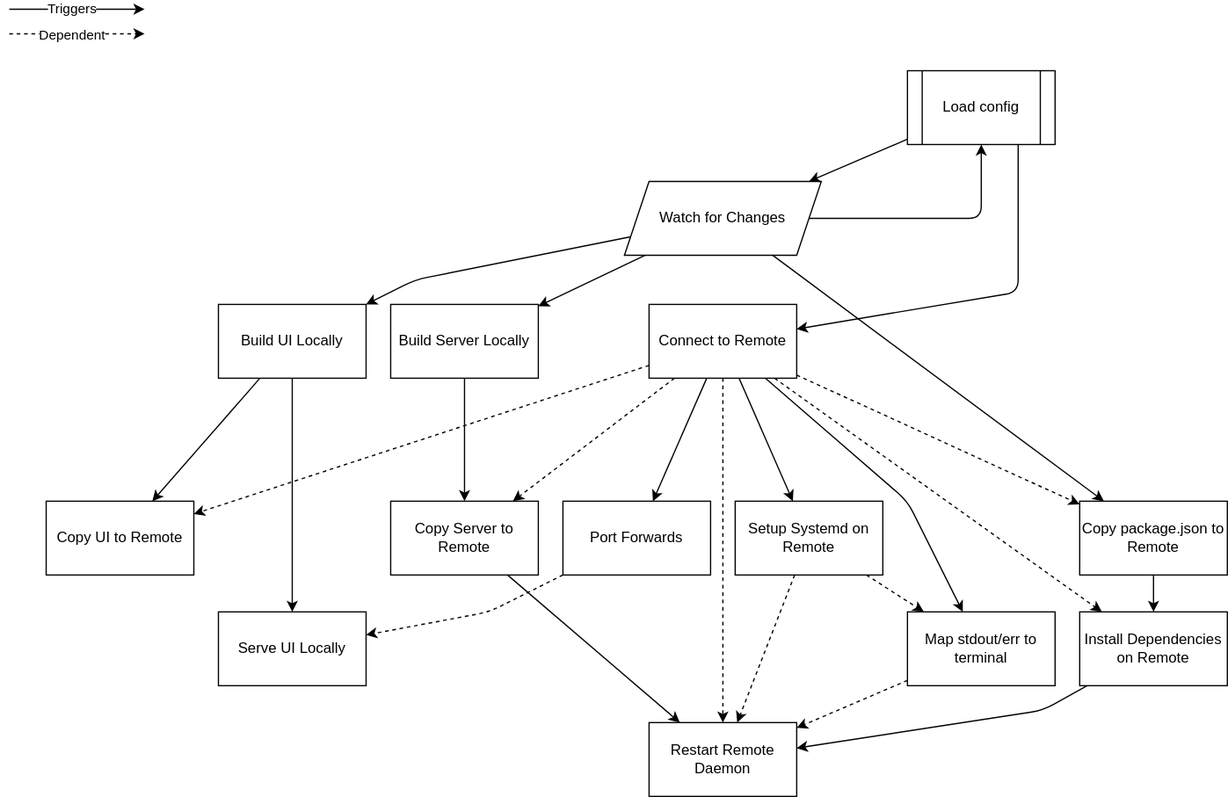
This is docs/diagram.drawio.svg from cinderblock/rdt, a draw.io export, as it was before one commit. Source tidied: cells renumbered, new cells last; positions are measured from the earlier drawing's top-left corner, leaving out a move shared by most shapes. The source it was exported from:
```xml
<mxGraphModel>
  <root>
    <mxCell id="0" />
    <mxCell id="1" parent="0" />
    <mxCell id="2" style="edgeStyle=none;html=1;exitX=0.75;exitY=1;exitDx=0;exitDy=0;" parent="1" edge="1" source="3" target="10">
      <mxGeometry relative="1" as="geometry">
        <Array as="points">
          <mxPoint x="820" y="230" />
        </Array>
      </mxGeometry>
    </mxCell>
    <mxCell id="3" value="Load config" style="shape=process;whiteSpace=wrap;html=1;backgroundOutline=1;fontFamily=Helvetica;fontSize=12;fontColor=default;align=center;strokeColor=default;fillColor=default;" parent="1" vertex="1">
      <mxGeometry x="730" y="50" width="120" height="60" as="geometry" />
    </mxCell>
    <mxCell id="4" style="edgeStyle=none;html=1;" parent="1" edge="1" source="5" target="11">
      <mxGeometry relative="1" as="geometry" />
    </mxCell>
    <mxCell id="5" value="Build Server Locally" style="whiteSpace=wrap;html=1;" parent="1" vertex="1">
      <mxGeometry x="310" y="240" width="120" height="60" as="geometry" />
    </mxCell>
    <mxCell id="6" style="edgeStyle=none;html=1;dashed=1;" parent="1" edge="1" source="10" target="11">
      <mxGeometry relative="1" as="geometry" />
    </mxCell>
    <mxCell id="7" style="edgeStyle=none;html=1;" parent="1" edge="1" source="10" target="12">
      <mxGeometry relative="1" as="geometry" />
    </mxCell>
    <mxCell id="8" style="edgeStyle=none;html=1;" parent="1" edge="1" source="10" target="13">
      <mxGeometry relative="1" as="geometry">
        <Array as="points">
          <mxPoint x="730" y="400" />
        </Array>
      </mxGeometry>
    </mxCell>
    <mxCell id="9" style="edgeStyle=none;html=1;dashed=1;" parent="1" edge="1" source="10" target="16">
      <mxGeometry relative="1" as="geometry" />
    </mxCell>
    <mxCell id="10" value="Connect to Remote" style="whiteSpace=wrap;html=1;" parent="1" vertex="1">
      <mxGeometry x="520" y="240" width="120" height="60" as="geometry" />
    </mxCell>
    <mxCell id="11" value="Copy Server to Remote" style="whiteSpace=wrap;html=1;" parent="1" vertex="1">
      <mxGeometry x="310" y="400" width="120" height="60" as="geometry" />
    </mxCell>
    <mxCell id="12" value="Port Forwards" style="whiteSpace=wrap;html=1;" parent="1" vertex="1">
      <mxGeometry x="450" y="400" width="120" height="60" as="geometry" />
    </mxCell>
    <mxCell id="13" value="Map stdout/err to terminal" style="whiteSpace=wrap;html=1;" parent="1" vertex="1">
      <mxGeometry x="730" y="490" width="120" height="60" as="geometry" />
    </mxCell>
    <mxCell id="14" style="edgeStyle=none;html=1;" parent="1" edge="1" source="16" target="17">
      <mxGeometry relative="1" as="geometry">
        <Array as="points">
          <mxPoint x="840" y="570" />
        </Array>
      </mxGeometry>
    </mxCell>
    <mxCell id="15" style="edgeStyle=none;html=1;" parent="1" edge="1" source="25" target="16">
      <mxGeometry relative="1" as="geometry" />
    </mxCell>
    <mxCell id="16" value="Install Dependencies on Remote" style="whiteSpace=wrap;html=1;" parent="1" vertex="1">
      <mxGeometry x="870" y="490" width="120" height="60" as="geometry" />
    </mxCell>
    <mxCell id="17" value="Restart Remote Daemon" style="whiteSpace=wrap;html=1;" parent="1" vertex="1">
      <mxGeometry x="520" y="580" width="120" height="60" as="geometry" />
    </mxCell>
    <mxCell id="18" style="edgeStyle=none;html=1;" parent="1" edge="1" source="11" target="17">
      <mxGeometry relative="1" as="geometry" />
    </mxCell>
    <mxCell id="19" style="edgeStyle=none;html=1;dashed=1;" parent="1" edge="1" source="24" target="17">
      <mxGeometry relative="1" as="geometry" />
    </mxCell>
    <mxCell id="20" value="Watch for Changes" style="shape=parallelogram;perimeter=parallelogramPerimeter;whiteSpace=wrap;html=1;fixedSize=1;fontFamily=Helvetica;fontSize=12;fontColor=default;align=center;strokeColor=default;fillColor=default;" parent="1" vertex="1">
      <mxGeometry x="500" y="140" width="160" height="60" as="geometry" />
    </mxCell>
    <mxCell id="21" style="edgeStyle=none;html=1;" parent="1" edge="1" source="3" target="20">
      <mxGeometry relative="1" as="geometry" />
    </mxCell>
    <mxCell id="22" style="edgeStyle=none;html=1;" parent="1" edge="1" source="20" target="5">
      <mxGeometry relative="1" as="geometry" />
    </mxCell>
    <mxCell id="23" style="edgeStyle=none;html=1;strokeColor=default;dashed=1;" parent="1" edge="1" source="24" target="13">
      <mxGeometry relative="1" as="geometry" />
    </mxCell>
    <mxCell id="24" value="Setup Systemd on Remote" style="whiteSpace=wrap;html=1;" parent="1" vertex="1">
      <mxGeometry x="590" y="400" width="120" height="60" as="geometry" />
    </mxCell>
    <mxCell id="25" value="Copy package.json to Remote" style="whiteSpace=wrap;html=1;" parent="1" vertex="1">
      <mxGeometry x="870" y="400" width="120" height="60" as="geometry" />
    </mxCell>
    <mxCell id="26" style="edgeStyle=none;html=1;dashed=1;" parent="1" edge="1" source="10" target="25">
      <mxGeometry relative="1" as="geometry" />
    </mxCell>
    <mxCell id="27" style="edgeStyle=none;html=1;" parent="1" edge="1" source="20" target="25">
      <mxGeometry relative="1" as="geometry" />
    </mxCell>
    <mxCell id="28" style="edgeStyle=none;html=1;" parent="1" edge="1" source="10" target="24">
      <mxGeometry relative="1" as="geometry" />
    </mxCell>
    <mxCell id="29" style="edgeStyle=none;html=1;dashed=1;" parent="1" edge="1" source="10" target="17">
      <mxGeometry relative="1" as="geometry" />
    </mxCell>
    <mxCell id="30" style="edgeStyle=none;html=1;strokeColor=default;" parent="1" edge="1" source="32" target="33">
      <mxGeometry relative="1" as="geometry" />
    </mxCell>
    <mxCell id="31" style="edgeStyle=none;html=1;strokeColor=default;" parent="1" edge="1" source="32" target="34">
      <mxGeometry relative="1" as="geometry" />
    </mxCell>
    <mxCell id="32" value="Build UI Locally" style="whiteSpace=wrap;html=1;" parent="1" vertex="1">
      <mxGeometry x="170" y="240" width="120" height="60" as="geometry" />
    </mxCell>
    <mxCell id="33" value="Copy UI to Remote" style="whiteSpace=wrap;html=1;" parent="1" vertex="1">
      <mxGeometry x="30" y="400" width="120" height="60" as="geometry" />
    </mxCell>
    <mxCell id="34" value="Serve UI Locally" style="whiteSpace=wrap;html=1;" parent="1" vertex="1">
      <mxGeometry x="170" y="490" width="120" height="60" as="geometry" />
    </mxCell>
    <mxCell id="35" style="edgeStyle=none;html=1;" parent="1" edge="1" source="20" target="32">
      <mxGeometry relative="1" as="geometry">
        <Array as="points">
          <mxPoint x="330" y="220" />
        </Array>
      </mxGeometry>
    </mxCell>
    <mxCell id="36" style="edgeStyle=none;html=1;" parent="1" edge="1">
      <mxGeometry relative="1" as="geometry">
        <mxPoint as="sourcePoint" />
        <mxPoint x="110" as="targetPoint" />
      </mxGeometry>
    </mxCell>
    <mxCell id="37" value="Triggers" style="edgeLabel;html=1;align=center;verticalAlign=middle;" parent="36" vertex="1">
      <mxGeometry x="0.41" y="1" relative="1" as="geometry">
        <mxPoint x="-27" as="offset" />
      </mxGeometry>
    </mxCell>
    <mxCell id="38" style="edgeStyle=none;html=1;dashed=1;" parent="1" edge="1">
      <mxGeometry relative="1" as="geometry">
        <mxPoint y="20" as="sourcePoint" />
        <mxPoint x="110" y="20" as="targetPoint" />
      </mxGeometry>
    </mxCell>
    <mxCell id="39" value="Dependent" style="edgeLabel;html=1;align=center;verticalAlign=middle;" parent="38" vertex="1">
      <mxGeometry x="-0.26" relative="1" as="geometry">
        <mxPoint x="9" as="offset" />
      </mxGeometry>
    </mxCell>
    <mxCell id="40" style="edgeStyle=none;html=1;dashed=1;" parent="1" edge="1" source="12" target="34">
      <mxGeometry relative="1" as="geometry">
        <Array as="points">
          <mxPoint x="390" y="490" />
        </Array>
      </mxGeometry>
    </mxCell>
    <mxCell id="41" style="edgeStyle=none;html=1;" parent="1" edge="1" source="20" target="3">
      <mxGeometry relative="1" as="geometry">
        <Array as="points">
          <mxPoint x="790" y="170" />
        </Array>
      </mxGeometry>
    </mxCell>
    <mxCell id="42" style="edgeStyle=none;html=1;dashed=1;" parent="1" edge="1" source="10" target="33">
      <mxGeometry relative="1" as="geometry" />
    </mxCell>
    <mxCell id="43" style="edgeStyle=none;html=1;dashed=1;" parent="1" edge="1" source="13" target="17">
      <mxGeometry relative="1" as="geometry" />
    </mxCell>
  </root>
</mxGraphModel>
```
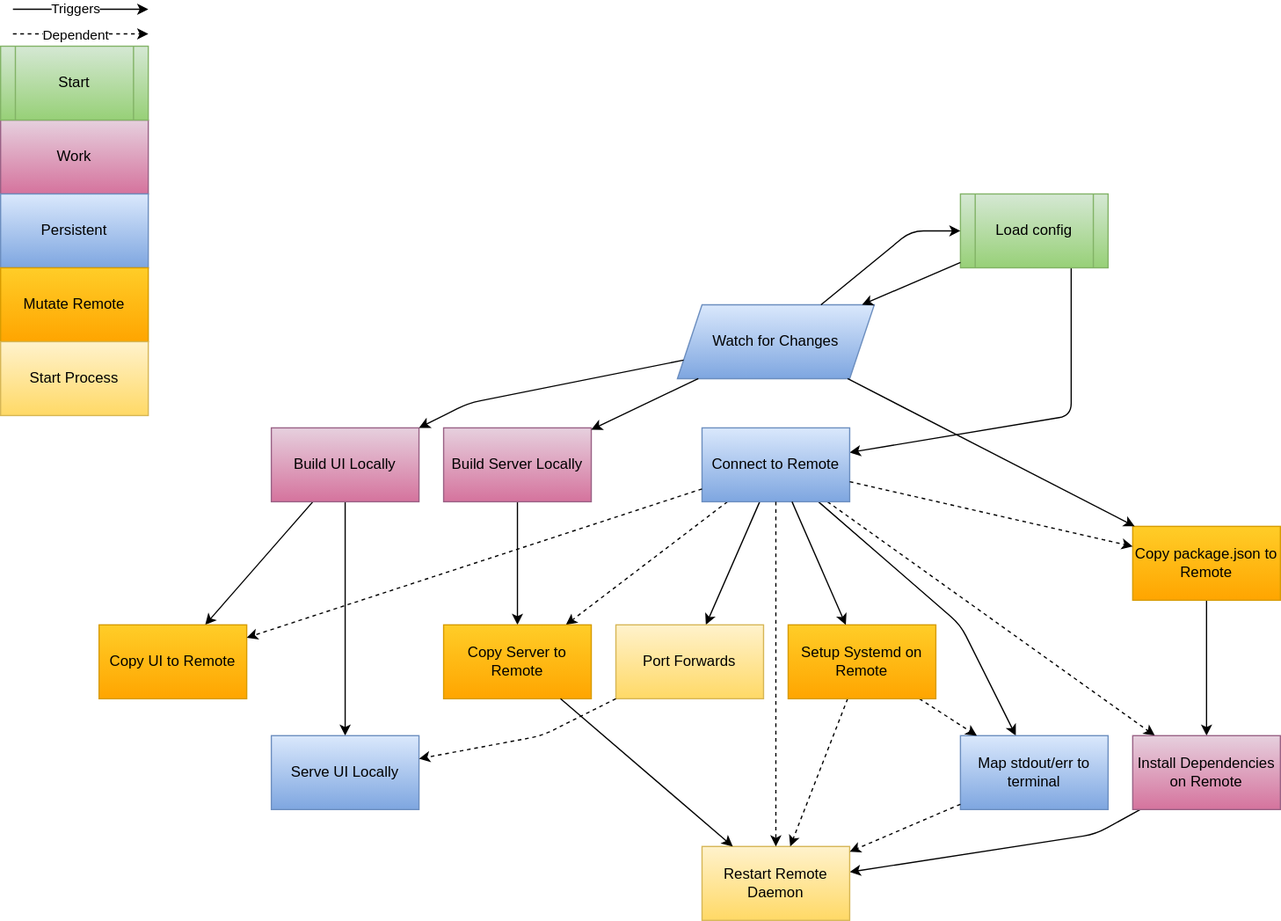
The same diagram one commit later.

Commit message:
Config itteration

Change to the diagram source:
```diff
@@ -9,13 +9,13 @@
         </Array>
       </mxGeometry>
     </mxCell>
-    <mxCell id="3" value="Load config" style="shape=process;whiteSpace=wrap;html=1;backgroundOutline=1;fontFamily=Helvetica;fontSize=12;fontColor=default;align=center;strokeColor=default;fillColor=default;" parent="1" vertex="1">
+    <mxCell id="3" value="Load config" style="shape=process;whiteSpace=wrap;html=1;backgroundOutline=1;fontFamily=Helvetica;fontSize=12;align=center;strokeColor=#82b366;fillColor=#d5e8d4;gradientColor=#97d077;" parent="1" vertex="1">
       <mxGeometry x="730" y="50" width="120" height="60" as="geometry" />
     </mxCell>
     <mxCell id="4" style="edgeStyle=none;html=1;" parent="1" edge="1" source="5" target="11">
       <mxGeometry relative="1" as="geometry" />
     </mxCell>
-    <mxCell id="5" value="Build Server Locally" style="whiteSpace=wrap;html=1;" parent="1" vertex="1">
+    <mxCell id="5" value="Build Server Locally" style="whiteSpace=wrap;html=1;fillColor=#e6d0de;strokeColor=#996185;gradientColor=#d5739d;" parent="1" vertex="1">
       <mxGeometry x="310" y="240" width="120" height="60" as="geometry" />
     </mxCell>
     <mxCell id="6" style="edgeStyle=none;html=1;dashed=1;" parent="1" edge="1" source="10" target="11">
@@ -34,16 +34,16 @@
     <mxCell id="9" style="edgeStyle=none;html=1;dashed=1;" parent="1" edge="1" source="10" target="16">
       <mxGeometry relative="1" as="geometry" />
     </mxCell>
-    <mxCell id="10" value="Connect to Remote" style="whiteSpace=wrap;html=1;" parent="1" vertex="1">
+    <mxCell id="10" value="Connect to Remote" style="whiteSpace=wrap;html=1;fillColor=#dae8fc;gradientColor=#7ea6e0;strokeColor=#6c8ebf;" parent="1" vertex="1">
       <mxGeometry x="520" y="240" width="120" height="60" as="geometry" />
     </mxCell>
-    <mxCell id="11" value="Copy Server to Remote" style="whiteSpace=wrap;html=1;" parent="1" vertex="1">
+    <mxCell id="11" value="Copy Server to Remote" style="whiteSpace=wrap;html=1;fillColor=#ffcd28;gradientColor=#ffa500;strokeColor=#d79b00;" parent="1" vertex="1">
       <mxGeometry x="310" y="400" width="120" height="60" as="geometry" />
     </mxCell>
-    <mxCell id="12" value="Port Forwards" style="whiteSpace=wrap;html=1;" parent="1" vertex="1">
+    <mxCell id="12" value="Port Forwards" style="whiteSpace=wrap;html=1;fillColor=#fff2cc;gradientColor=#ffd966;strokeColor=#d6b656;" parent="1" vertex="1">
       <mxGeometry x="450" y="400" width="120" height="60" as="geometry" />
     </mxCell>
-    <mxCell id="13" value="Map stdout/err to terminal" style="whiteSpace=wrap;html=1;" parent="1" vertex="1">
+    <mxCell id="13" value="Map stdout/err to terminal" style="whiteSpace=wrap;html=1;fillColor=#dae8fc;gradientColor=#7ea6e0;strokeColor=#6c8ebf;" parent="1" vertex="1">
       <mxGeometry x="730" y="490" width="120" height="60" as="geometry" />
     </mxCell>
     <mxCell id="14" style="edgeStyle=none;html=1;" parent="1" edge="1" source="16" target="17">
@@ -56,10 +56,10 @@
     <mxCell id="15" style="edgeStyle=none;html=1;" parent="1" edge="1" source="25" target="16">
       <mxGeometry relative="1" as="geometry" />
     </mxCell>
-    <mxCell id="16" value="Install Dependencies on Remote" style="whiteSpace=wrap;html=1;" parent="1" vertex="1">
+    <mxCell id="16" value="Install Dependencies on Remote" style="whiteSpace=wrap;html=1;fillColor=#e6d0de;strokeColor=#996185;gradientColor=#d5739d;" parent="1" vertex="1">
       <mxGeometry x="870" y="490" width="120" height="60" as="geometry" />
     </mxCell>
-    <mxCell id="17" value="Restart Remote Daemon" style="whiteSpace=wrap;html=1;" parent="1" vertex="1">
+    <mxCell id="17" value="Restart Remote Daemon" style="whiteSpace=wrap;html=1;fillColor=#fff2cc;gradientColor=#ffd966;strokeColor=#d6b656;" parent="1" vertex="1">
       <mxGeometry x="520" y="580" width="120" height="60" as="geometry" />
     </mxCell>
     <mxCell id="18" style="edgeStyle=none;html=1;" parent="1" edge="1" source="11" target="17">
@@ -68,7 +68,7 @@
     <mxCell id="19" style="edgeStyle=none;html=1;dashed=1;" parent="1" edge="1" source="24" target="17">
       <mxGeometry relative="1" as="geometry" />
     </mxCell>
-    <mxCell id="20" value="Watch for Changes" style="shape=parallelogram;perimeter=parallelogramPerimeter;whiteSpace=wrap;html=1;fixedSize=1;fontFamily=Helvetica;fontSize=12;fontColor=default;align=center;strokeColor=default;fillColor=default;" parent="1" vertex="1">
+    <mxCell id="20" value="Watch for Changes" style="shape=parallelogram;perimeter=parallelogramPerimeter;whiteSpace=wrap;html=1;fixedSize=1;fontFamily=Helvetica;fontSize=12;align=center;strokeColor=#6c8ebf;fillColor=#dae8fc;gradientColor=#7ea6e0;" parent="1" vertex="1">
       <mxGeometry x="500" y="140" width="160" height="60" as="geometry" />
     </mxCell>
     <mxCell id="21" style="edgeStyle=none;html=1;" parent="1" edge="1" source="3" target="20">
@@ -80,11 +80,11 @@
     <mxCell id="23" style="edgeStyle=none;html=1;strokeColor=default;dashed=1;" parent="1" edge="1" source="24" target="13">
       <mxGeometry relative="1" as="geometry" />
     </mxCell>
-    <mxCell id="24" value="Setup Systemd on Remote" style="whiteSpace=wrap;html=1;" parent="1" vertex="1">
+    <mxCell id="24" value="Setup Systemd on Remote" style="whiteSpace=wrap;html=1;fillColor=#ffcd28;gradientColor=#ffa500;strokeColor=#d79b00;" parent="1" vertex="1">
       <mxGeometry x="590" y="400" width="120" height="60" as="geometry" />
     </mxCell>
-    <mxCell id="25" value="Copy package.json to Remote" style="whiteSpace=wrap;html=1;" parent="1" vertex="1">
-      <mxGeometry x="870" y="400" width="120" height="60" as="geometry" />
+    <mxCell id="25" value="Copy package.json to Remote" style="whiteSpace=wrap;html=1;fillColor=#ffcd28;gradientColor=#ffa500;strokeColor=#d79b00;" parent="1" vertex="1">
+      <mxGeometry x="870" y="320" width="120" height="60" as="geometry" />
     </mxCell>
     <mxCell id="26" style="edgeStyle=none;html=1;dashed=1;" parent="1" edge="1" source="10" target="25">
       <mxGeometry relative="1" as="geometry" />
@@ -104,13 +104,13 @@
     <mxCell id="31" style="edgeStyle=none;html=1;strokeColor=default;" parent="1" edge="1" source="32" target="34">
       <mxGeometry relative="1" as="geometry" />
     </mxCell>
-    <mxCell id="32" value="Build UI Locally" style="whiteSpace=wrap;html=1;" parent="1" vertex="1">
+    <mxCell id="32" value="Build UI Locally" style="whiteSpace=wrap;html=1;fillColor=#e6d0de;strokeColor=#996185;gradientColor=#d5739d;" parent="1" vertex="1">
       <mxGeometry x="170" y="240" width="120" height="60" as="geometry" />
     </mxCell>
-    <mxCell id="33" value="Copy UI to Remote" style="whiteSpace=wrap;html=1;" parent="1" vertex="1">
+    <mxCell id="33" value="Copy UI to Remote" style="whiteSpace=wrap;html=1;fillColor=#ffcd28;gradientColor=#ffa500;strokeColor=#d79b00;" parent="1" vertex="1">
       <mxGeometry x="30" y="400" width="120" height="60" as="geometry" />
     </mxCell>
-    <mxCell id="34" value="Serve UI Locally" style="whiteSpace=wrap;html=1;" parent="1" vertex="1">
+    <mxCell id="34" value="Serve UI Locally" style="whiteSpace=wrap;html=1;fillColor=#dae8fc;gradientColor=#7ea6e0;strokeColor=#6c8ebf;" parent="1" vertex="1">
       <mxGeometry x="170" y="490" width="120" height="60" as="geometry" />
     </mxCell>
     <mxCell id="35" style="edgeStyle=none;html=1;" parent="1" edge="1" source="20" target="32">
@@ -122,8 +122,8 @@
     </mxCell>
     <mxCell id="36" style="edgeStyle=none;html=1;" parent="1" edge="1">
       <mxGeometry relative="1" as="geometry">
-        <mxPoint as="sourcePoint" />
-        <mxPoint x="110" as="targetPoint" />
+        <mxPoint x="-40" y="-100" as="sourcePoint" />
+        <mxPoint x="70" y="-100" as="targetPoint" />
       </mxGeometry>
     </mxCell>
     <mxCell id="37" value="Triggers" style="edgeLabel;html=1;align=center;verticalAlign=middle;" parent="36" vertex="1">
@@ -133,8 +133,8 @@
     </mxCell>
     <mxCell id="38" style="edgeStyle=none;html=1;dashed=1;" parent="1" edge="1">
       <mxGeometry relative="1" as="geometry">
-        <mxPoint y="20" as="sourcePoint" />
-        <mxPoint x="110" y="20" as="targetPoint" />
+        <mxPoint x="-40" y="-80" as="sourcePoint" />
+        <mxPoint x="70" y="-80" as="targetPoint" />
       </mxGeometry>
     </mxCell>
     <mxCell id="39" value="Dependent" style="edgeLabel;html=1;align=center;verticalAlign=middle;" parent="38" vertex="1">
@@ -152,7 +152,7 @@
     <mxCell id="41" style="edgeStyle=none;html=1;" parent="1" edge="1" source="20" target="3">
       <mxGeometry relative="1" as="geometry">
         <Array as="points">
-          <mxPoint x="790" y="170" />
+          <mxPoint x="690" y="80" />
         </Array>
       </mxGeometry>
     </mxCell>
@@ -162,5 +162,20 @@
     <mxCell id="43" style="edgeStyle=none;html=1;dashed=1;" parent="1" edge="1" source="13" target="17">
       <mxGeometry relative="1" as="geometry" />
     </mxCell>
+    <mxCell id="44" value="Work" style="whiteSpace=wrap;html=1;fillColor=#e6d0de;strokeColor=#996185;gradientColor=#d5739d;" parent="1" vertex="1">
+      <mxGeometry x="-50" y="-10" width="120" height="60" as="geometry" />
+    </mxCell>
+    <mxCell id="45" value="Persistent" style="rounded=0;whiteSpace=wrap;html=1;fontFamily=Helvetica;fontSize=12;fontColor=default;align=center;strokeColor=#6c8ebf;fillColor=#dae8fc;gradientColor=#7ea6e0;" parent="1" vertex="1">
+      <mxGeometry x="-50" y="50" width="120" height="60" as="geometry" />
+    </mxCell>
+    <mxCell id="46" value="Mutate Remote" style="whiteSpace=wrap;html=1;fillColor=#ffcd28;gradientColor=#ffa500;strokeColor=#d79b00;" parent="1" vertex="1">
+      <mxGeometry x="-50" y="110" width="120" height="60" as="geometry" />
+    </mxCell>
+    <mxCell id="47" value="Start Process" style="whiteSpace=wrap;html=1;fillColor=#fff2cc;gradientColor=#ffd966;strokeColor=#d6b656;" parent="1" vertex="1">
+      <mxGeometry x="-50" y="170" width="120" height="60" as="geometry" />
+    </mxCell>
+    <mxCell id="48" value="Start" style="shape=process;whiteSpace=wrap;html=1;backgroundOutline=1;fontFamily=Helvetica;fontSize=12;align=center;strokeColor=#82b366;fillColor=#d5e8d4;gradientColor=#97d077;" parent="1" vertex="1">
+      <mxGeometry x="-50" y="-70" width="120" height="60" as="geometry" />
+    </mxCell>
   </root>
 </mxGraphModel>
```
